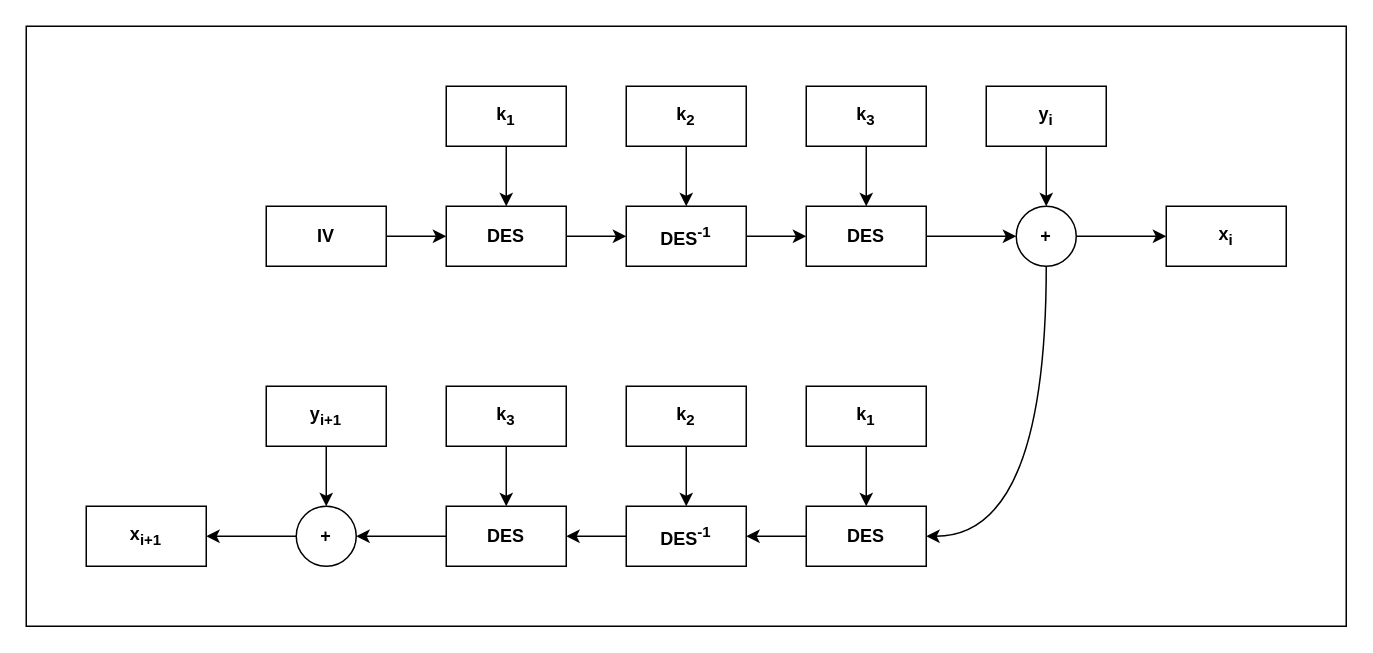
This is img/.drawio/3ofb-d.drawio from AlbertoSpinella/des-3des-js, a draw.io file, before an edit. Source tidied: cells renumbered, new cells numbered last; positions are measured from the earlier drawing's top-left corner, leaving out a move shared by most shapes. Both pictures are drawn from the tidied source at 150%, with x=0, y=0 at pixel (26, 26).
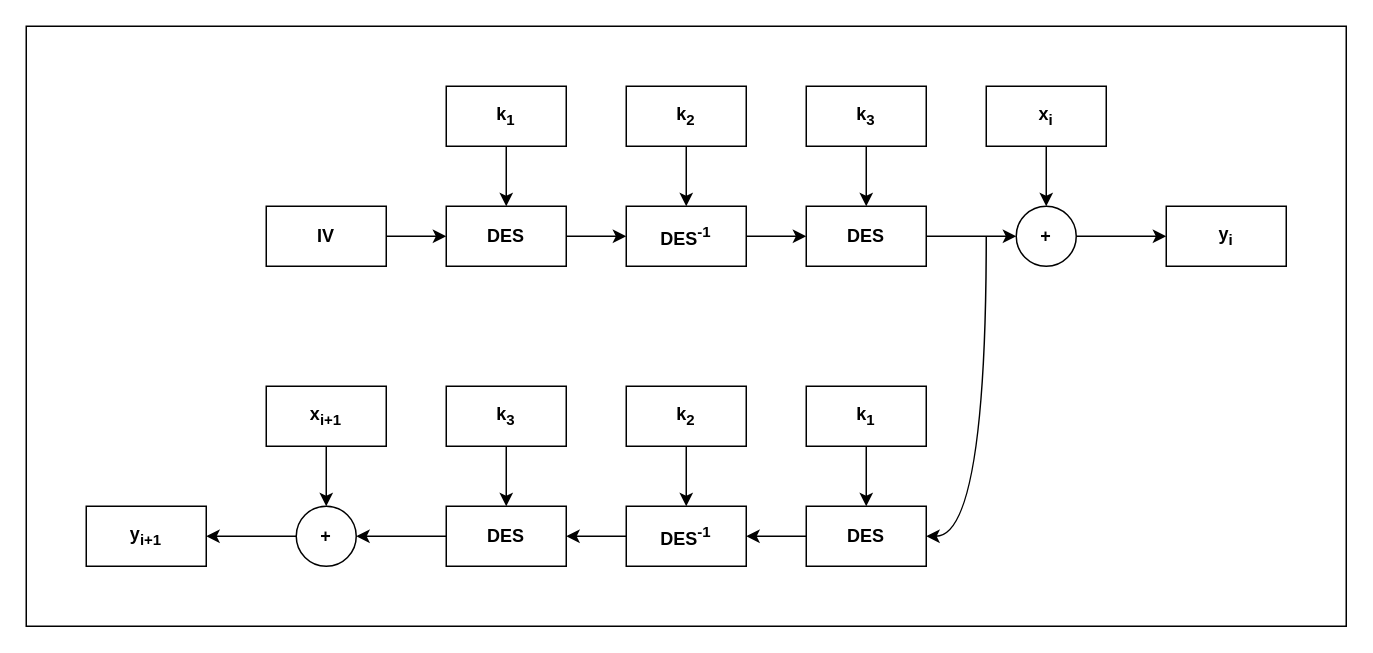
After the change.

Unchanged cells that the change refers to:
```xml
<mxCell id="22" value="+" style="ellipse;whiteSpace=wrap;html=1;fontStyle=1;" parent="1" vertex="1">
  <mxGeometry x="660" y="120" width="40" height="40" as="geometry" />
</mxCell>
<mxCell id="24" value="DES" style="rounded=0;whiteSpace=wrap;html=1;fontStyle=1;" parent="1" vertex="1">
  <mxGeometry x="520" y="320" width="80" height="40" as="geometry" />
</mxCell>
```

The edit, as a diff of the source:
```diff
@@
-    <mxCell id="17" value="x&lt;sub&gt;i&lt;/sub&gt;" style="rounded=0;whiteSpace=wrap;html=1;fontStyle=1;" parent="1" vertex="1">
+    <mxCell id="17" value="y&lt;sub&gt;i&lt;/sub&gt;" style="rounded=0;whiteSpace=wrap;html=1;fontStyle=1;" parent="1" vertex="1">
       <mxGeometry x="760" y="120" width="80" height="40" as="geometry" />
     </mxCell>
@@
-    <mxCell id="19" value="y&lt;sub&gt;i&lt;/sub&gt;" style="rounded=0;whiteSpace=wrap;html=1;fontStyle=1;" parent="1" vertex="1">
+    <mxCell id="19" value="x&lt;sub&gt;i&lt;/sub&gt;" style="rounded=0;whiteSpace=wrap;html=1;fontStyle=1;" parent="1" vertex="1">
       <mxGeometry x="640" y="40" width="80" height="40" as="geometry" />
     </mxCell>
@@
-    <mxCell id="21" style="edgeStyle=orthogonalEdgeStyle;rounded=0;jettySize=auto;html=1;entryX=1;entryY=0.5;entryDx=0;entryDy=0;curved=1;exitX=0.5;exitY=1;exitDx=0;exitDy=0;fontStyle=1;" parent="1" edge="1" source="22" target="24">
-      <mxGeometry relative="1" as="geometry" />
+    <mxCell id="21" style="edgeStyle=orthogonalEdgeStyle;rounded=0;jettySize=auto;html=1;entryX=1;entryY=0.5;entryDx=0;entryDy=0;curved=1;fontStyle=1;" parent="1" edge="1" target="24">
+      <mxGeometry relative="1" as="geometry">
+        <mxPoint x="640" y="140" as="sourcePoint" />
+        <Array as="points">
+          <mxPoint x="640" y="340" />
+        </Array>
+      </mxGeometry>
     </mxCell>
@@
-    <mxCell id="35" value="x&lt;sub&gt;i+1&lt;/sub&gt;" style="rounded=0;whiteSpace=wrap;html=1;fontStyle=1;" parent="1" vertex="1">
+    <mxCell id="35" value="y&lt;sub&gt;i+1&lt;/sub&gt;" style="rounded=0;whiteSpace=wrap;html=1;fontStyle=1;" parent="1" vertex="1">
       <mxGeometry x="40" y="320" width="80" height="40" as="geometry" />
     </mxCell>
@@
-    <mxCell id="37" value="y&lt;sub&gt;i+1&lt;/sub&gt;" style="rounded=0;whiteSpace=wrap;html=1;fontStyle=1;" parent="1" vertex="1">
+    <mxCell id="37" value="x&lt;sub&gt;i+1&lt;/sub&gt;" style="rounded=0;whiteSpace=wrap;html=1;fontStyle=1;" parent="1" vertex="1">
       <mxGeometry x="160" y="240" width="80" height="40" as="geometry" />
     </mxCell>
```
